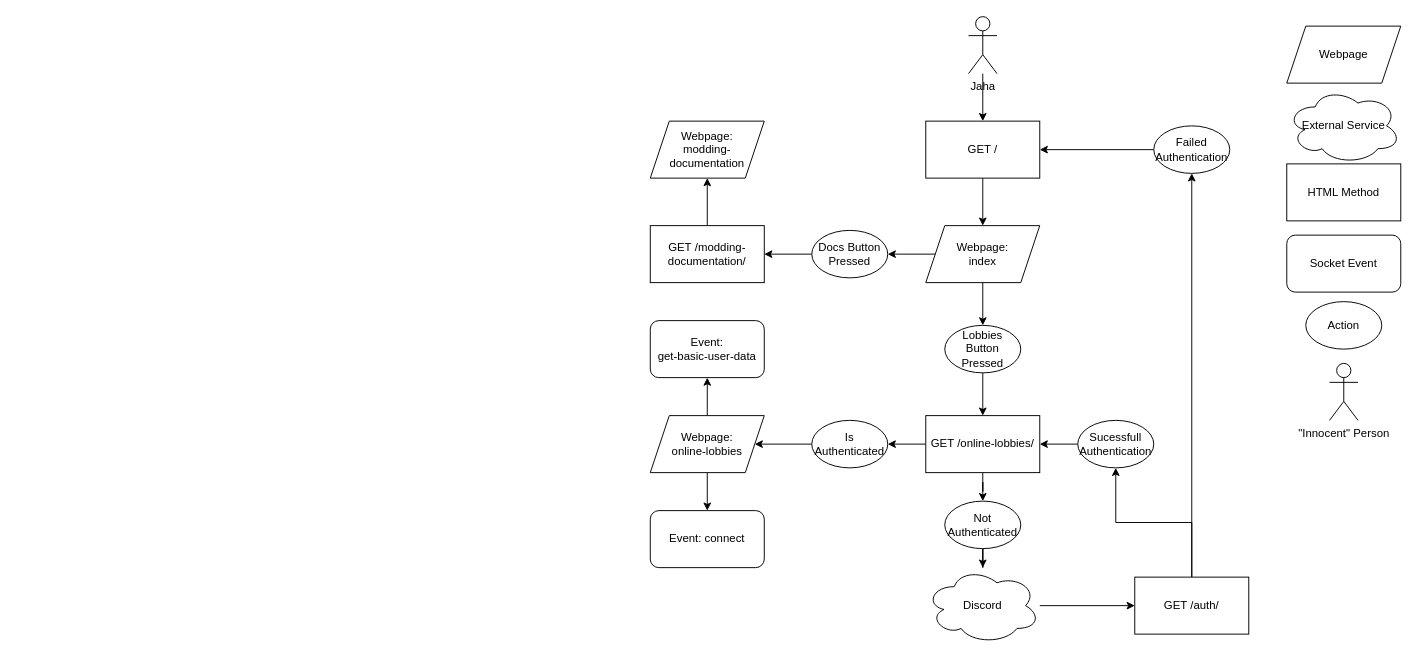
Zancmok/WebHeroes keeps this draw.io diagram as LobbyProgress.drawio. Above is the earlier version. Source tidied: cells renumbered, new cells numbered last; positions are measured from the earlier drawing's top-left corner, leaving out a move shared by most shapes. Both pictures are drawn from the tidied source at 95%, with x=0, y=0 at pixel (650, 16).
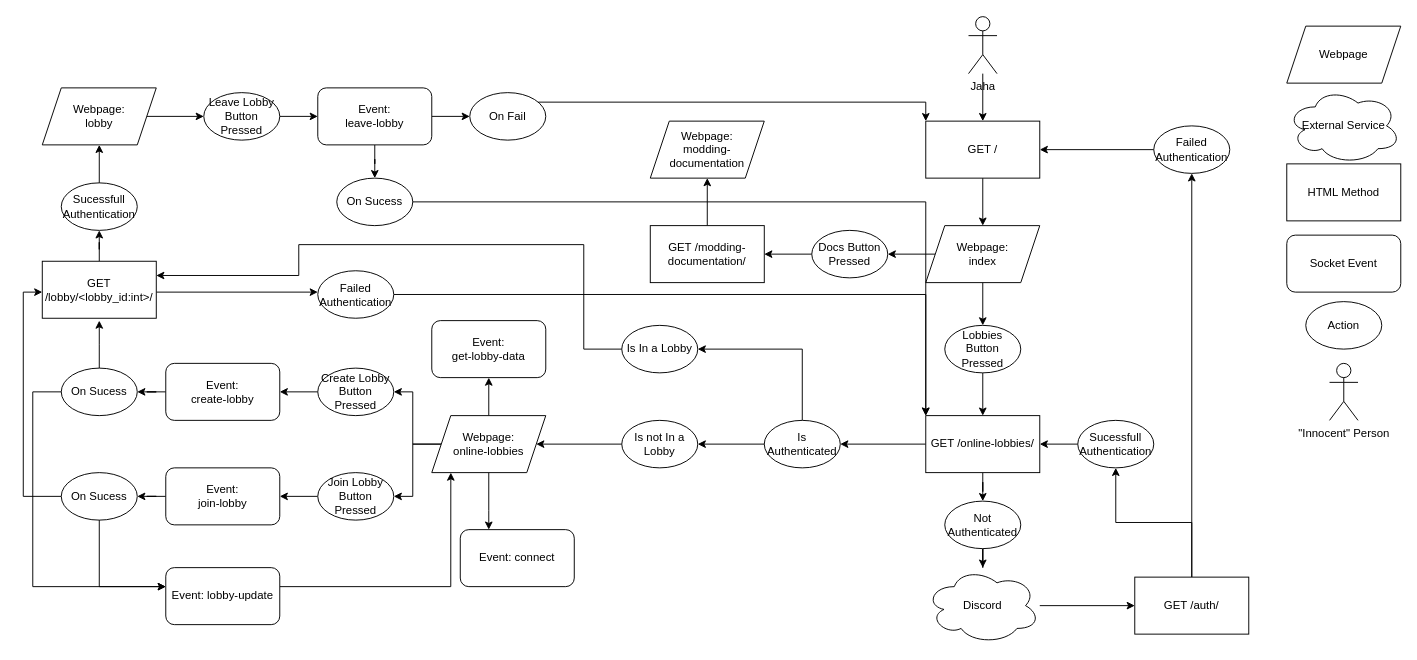
After the change.

Unchanged cells that the change refers to:
```xml
<mxCell id="4" value="GET /online-lobbies/" style="rounded=0;whiteSpace=wrap;html=1;" parent="1" vertex="1">
  <mxGeometry x="290" y="420" width="120" height="60" as="geometry" />
</mxCell>
<mxCell id="8" value="GET /" style="rounded=0;whiteSpace=wrap;html=1;" parent="1" vertex="1">
  <mxGeometry x="290" y="110" width="120" height="60" as="geometry" />
</mxCell>
```

What changed in the source:
```diff
@@
-    <mxCell id="18" style="edgeStyle=orthogonalEdgeStyle;rounded=0;jettySize=auto;html=1;" parent="1" edge="1" source="19" target="23">
-      <mxGeometry relative="1" as="geometry" />
-    </mxCell>
+    <mxCell id="43" style="edgeStyle=orthogonalEdgeStyle;rounded=0;jettySize=auto;html=1;" parent="1" edge="1" source="19" target="73">
+      <mxGeometry relative="1" as="geometry" />
+    </mxCell>
+    <mxCell id="44" style="edgeStyle=orthogonalEdgeStyle;rounded=0;jettySize=auto;html=1;entryX=1;entryY=0.5;entryDx=0;entryDy=0;" parent="1" edge="1" source="19" target="75">
+      <mxGeometry relative="1" as="geometry">
+        <Array as="points">
+          <mxPoint x="160" y="350" />
+        </Array>
+      </mxGeometry>
+    </mxCell>
     <mxCell id="19" value="Is&lt;div&gt;Authenticated&lt;/div&gt;" style="ellipse;whiteSpace=wrap;html=1;" parent="1" vertex="1">
-      <mxGeometry x="170" y="425" width="80" height="50" as="geometry" />
+      <mxGeometry x="120" y="425" width="80" height="50" as="geometry" />
     </mxCell>
     <mxCell id="20" value="Event: connect" style="rounded=1;whiteSpace=wrap;html=1;" parent="1" vertex="1">
-      <mxGeometry y="520" width="120" height="60" as="geometry" />
+      <mxGeometry x="-200" y="540" width="120" height="60" as="geometry" />
     </mxCell>
+    <mxCell id="22" style="edgeStyle=orthogonalEdgeStyle;rounded=0;jettySize=auto;html=1;" parent="1" edge="1" source="23" target="37">
+      <mxGeometry relative="1" as="geometry" />
+    </mxCell>
+    <mxCell id="45" style="edgeStyle=orthogonalEdgeStyle;rounded=0;jettySize=auto;html=1;" parent="1" edge="1" source="23" target="48">
+      <mxGeometry relative="1" as="geometry" />
+    </mxCell>
+    <mxCell id="46" style="edgeStyle=orthogonalEdgeStyle;rounded=0;jettySize=auto;html=1;" parent="1" edge="1" source="23" target="50">
+      <mxGeometry relative="1" as="geometry" />
+    </mxCell>
     <mxCell id="21" style="edgeStyle=orthogonalEdgeStyle;rounded=0;jettySize=auto;html=1;" parent="1" edge="1" source="23" target="20">
-      <mxGeometry relative="1" as="geometry" />
+      <mxGeometry relative="1" as="geometry">
+        <Array as="points">
+          <mxPoint x="-170" y="520" />
+          <mxPoint x="-170" y="520" />
+        </Array>
+      </mxGeometry>
     </mxCell>
-    <mxCell id="22" style="edgeStyle=orthogonalEdgeStyle;rounded=0;jettySize=auto;html=1;" parent="1" edge="1" source="23" target="37">
-      <mxGeometry relative="1" as="geometry" />
-    </mxCell>
     <mxCell id="23" value="Webpage:&lt;div&gt;online-lobbies&lt;/div&gt;" style="shape=parallelogram;perimeter=parallelogramPerimeter;whiteSpace=wrap;html=1;fixedSize=1;" parent="1" vertex="1">
-      <mxGeometry y="420" width="120" height="60" as="geometry" />
+      <mxGeometry x="-230" y="420" width="120" height="60" as="geometry" />
     </mxCell>
@@
-    <mxCell id="37" value="Event:&lt;div&gt;get-basic-user-data&lt;/div&gt;" style="rounded=1;whiteSpace=wrap;html=1;" parent="1" vertex="1">
-      <mxGeometry y="320" width="120" height="60" as="geometry" />
+    <mxCell id="37" value="Event:&lt;div&gt;get-lobby-data&lt;/div&gt;" style="rounded=1;whiteSpace=wrap;html=1;" parent="1" vertex="1">
+      <mxGeometry x="-230" y="320" width="120" height="60" as="geometry" />
     </mxCell>
@@
+    <mxCell id="47" style="edgeStyle=orthogonalEdgeStyle;rounded=0;jettySize=auto;html=1;" parent="1" edge="1" source="48" target="52">
+      <mxGeometry relative="1" as="geometry" />
+    </mxCell>
+    <mxCell id="48" value="Create Lobby Button&lt;div&gt;Pressed&lt;/div&gt;" style="ellipse;whiteSpace=wrap;html=1;" parent="1" vertex="1">
+      <mxGeometry x="-350" y="370" width="80" height="50" as="geometry" />
+    </mxCell>
+    <mxCell id="49" style="edgeStyle=orthogonalEdgeStyle;rounded=0;jettySize=auto;html=1;" parent="1" edge="1" source="50" target="57">
+      <mxGeometry relative="1" as="geometry" />
+    </mxCell>
+    <mxCell id="50" value="Join Lobby Button&lt;div&gt;Pressed&lt;/div&gt;" style="ellipse;whiteSpace=wrap;html=1;" parent="1" vertex="1">
+      <mxGeometry x="-350" y="480" width="80" height="50" as="geometry" />
+    </mxCell>
+    <mxCell id="51" style="edgeStyle=orthogonalEdgeStyle;rounded=0;jettySize=auto;html=1;" parent="1" edge="1" source="52" target="55">
+      <mxGeometry relative="1" as="geometry" />
+    </mxCell>
+    <mxCell id="52" value="Event:&lt;div&gt;create-lobby&lt;/div&gt;" style="rounded=1;whiteSpace=wrap;html=1;" parent="1" vertex="1">
+      <mxGeometry x="-510" y="365" width="120" height="60" as="geometry" />
+    </mxCell>
+    <mxCell id="53" style="edgeStyle=orthogonalEdgeStyle;rounded=0;jettySize=auto;html=1;entryX=0;entryY=0.5;entryDx=0;entryDy=0;" parent="1" edge="1" source="55">
+      <mxGeometry relative="1" as="geometry">
+        <mxPoint x="-510" y="600" as="targetPoint" />
+        <Array as="points">
+          <mxPoint x="-650" y="395" />
+          <mxPoint x="-650" y="600" />
+        </Array>
+      </mxGeometry>
+    </mxCell>
+    <mxCell id="54" style="edgeStyle=orthogonalEdgeStyle;rounded=0;jettySize=auto;html=1;" parent="1" edge="1" source="55">
+      <mxGeometry relative="1" as="geometry">
+        <mxPoint x="-580" y="320" as="targetPoint" />
+      </mxGeometry>
+    </mxCell>
+    <mxCell id="55" value="On Sucess" style="ellipse;whiteSpace=wrap;html=1;" parent="1" vertex="1">
+      <mxGeometry x="-620" y="370" width="80" height="50" as="geometry" />
+    </mxCell>
+    <mxCell id="56" style="edgeStyle=orthogonalEdgeStyle;rounded=0;jettySize=auto;html=1;" parent="1" edge="1" source="57" target="60">
+      <mxGeometry relative="1" as="geometry" />
+    </mxCell>
+    <mxCell id="57" value="Event:&lt;div&gt;join-lobby&lt;/div&gt;" style="rounded=1;whiteSpace=wrap;html=1;" parent="1" vertex="1">
+      <mxGeometry x="-510" y="475" width="120" height="60" as="geometry" />
+    </mxCell>
+    <mxCell id="58" style="edgeStyle=orthogonalEdgeStyle;rounded=0;jettySize=auto;html=1;entryX=0;entryY=0.5;entryDx=0;entryDy=0;" parent="1" edge="1" source="60">
+      <mxGeometry relative="1" as="geometry">
+        <mxPoint x="-510" y="600" as="targetPoint" />
+        <Array as="points">
+          <mxPoint x="-580" y="600" />
+        </Array>
+      </mxGeometry>
+    </mxCell>
+    <mxCell id="59" style="edgeStyle=orthogonalEdgeStyle;rounded=0;jettySize=auto;html=1;entryX=0;entryY=0.5;entryDx=0;entryDy=0;" parent="1" edge="1" source="60">
+      <mxGeometry relative="1" as="geometry">
+        <mxPoint x="-640" y="290" as="targetPoint" />
+        <Array as="points">
+          <mxPoint x="-660" y="505" />
+          <mxPoint x="-660" y="290" />
+        </Array>
+      </mxGeometry>
+    </mxCell>
+    <mxCell id="60" value="On Sucess" style="ellipse;whiteSpace=wrap;html=1;" parent="1" vertex="1">
+      <mxGeometry x="-620" y="480" width="80" height="50" as="geometry" />
+    </mxCell>
+    <mxCell id="61" style="edgeStyle=orthogonalEdgeStyle;rounded=0;jettySize=auto;html=1;entryX=0.167;entryY=1;entryDx=0;entryDy=0;entryPerimeter=0;" parent="1" edge="1" target="23">
+      <mxGeometry relative="1" as="geometry">
+        <mxPoint x="-390" y="600" as="sourcePoint" />
+        <Array as="points">
+          <mxPoint x="-210" y="600" />
+        </Array>
+      </mxGeometry>
+    </mxCell>
+    <mxCell id="62" value="Event: lobby-update" style="rounded=1;whiteSpace=wrap;html=1;" parent="1" vertex="1">
+      <mxGeometry x="-510" y="580" width="120" height="60" as="geometry" />
+    </mxCell>
+    <mxCell id="63" style="edgeStyle=orthogonalEdgeStyle;rounded=0;orthogonalLoop=1;jettySize=auto;html=1;entryX=0;entryY=0.5;entryDx=0;entryDy=0;" parent="1" edge="1">
+      <mxGeometry relative="1" as="geometry">
+        <mxPoint x="-520" y="290" as="sourcePoint" />
+        <mxPoint x="-350" y="290" as="targetPoint" />
+      </mxGeometry>
+    </mxCell>
+    <mxCell id="64" style="edgeStyle=orthogonalEdgeStyle;rounded=0;jettySize=auto;html=1;" parent="1" edge="1" source="65" target="69">
+      <mxGeometry relative="1" as="geometry" />
+    </mxCell>
+    <mxCell id="65" value="GET /lobby/&amp;lt;lobby_id:int&amp;gt;/" style="rounded=0;whiteSpace=wrap;html=1;" parent="1" vertex="1">
+      <mxGeometry x="-640" y="257.5" width="120" height="60" as="geometry" />
+    </mxCell>
+    <mxCell id="66" style="edgeStyle=orthogonalEdgeStyle;rounded=0;jettySize=auto;html=1;entryX=0;entryY=0;entryDx=0;entryDy=0;" parent="1" edge="1" source="67" target="4">
+      <mxGeometry relative="1" as="geometry" />
+    </mxCell>
+    <mxCell id="67" value="Failed&lt;div&gt;Authentication&lt;/div&gt;" style="ellipse;whiteSpace=wrap;html=1;" parent="1" vertex="1">
+      <mxGeometry x="-350" y="267.5" width="80" height="50" as="geometry" />
+    </mxCell>
+    <mxCell id="68" style="edgeStyle=orthogonalEdgeStyle;rounded=0;jettySize=auto;html=1;" parent="1" edge="1" source="69" target="71">
+      <mxGeometry relative="1" as="geometry" />
+    </mxCell>
+    <mxCell id="69" value="Sucessfull Authentication" style="ellipse;whiteSpace=wrap;html=1;" parent="1" vertex="1">
+      <mxGeometry x="-620" y="175" width="80" height="50" as="geometry" />
+    </mxCell>
+    <mxCell id="70" style="edgeStyle=orthogonalEdgeStyle;rounded=0;jettySize=auto;html=1;" parent="1" edge="1" source="71" target="77">
+      <mxGeometry relative="1" as="geometry" />
+    </mxCell>
+    <mxCell id="71" value="Webpage:&lt;div&gt;lobby&lt;/div&gt;" style="shape=parallelogram;perimeter=parallelogramPerimeter;whiteSpace=wrap;html=1;fixedSize=1;" parent="1" vertex="1">
+      <mxGeometry x="-640" y="75" width="120" height="60" as="geometry" />
+    </mxCell>
+    <mxCell id="72" style="edgeStyle=orthogonalEdgeStyle;rounded=0;jettySize=auto;html=1;" parent="1" edge="1" source="73" target="23">
+      <mxGeometry relative="1" as="geometry" />
+    </mxCell>
+    <mxCell id="73" value="Is not In a Lobby" style="ellipse;whiteSpace=wrap;html=1;" parent="1" vertex="1">
+      <mxGeometry x="-30" y="425" width="80" height="50" as="geometry" />
+    </mxCell>
+    <mxCell id="74" style="edgeStyle=orthogonalEdgeStyle;rounded=0;jettySize=auto;html=1;entryX=1;entryY=0.25;entryDx=0;entryDy=0;" parent="1" edge="1" source="75" target="65">
+      <mxGeometry relative="1" as="geometry">
+        <Array as="points">
+          <mxPoint x="-70" y="350" />
+          <mxPoint x="-70" y="240" />
+          <mxPoint x="-370" y="240" />
+          <mxPoint x="-370" y="273" />
+        </Array>
+      </mxGeometry>
+    </mxCell>
+    <mxCell id="75" value="Is In a Lobby" style="ellipse;whiteSpace=wrap;html=1;" parent="1" vertex="1">
+      <mxGeometry x="-30" y="325" width="80" height="50" as="geometry" />
+    </mxCell>
+    <mxCell id="76" style="edgeStyle=orthogonalEdgeStyle;rounded=0;jettySize=auto;html=1;" parent="1" edge="1" source="77" target="80">
+      <mxGeometry relative="1" as="geometry" />
+    </mxCell>
+    <mxCell id="77" value="Leave Lobby Button Pressed" style="ellipse;whiteSpace=wrap;html=1;" parent="1" vertex="1">
+      <mxGeometry x="-470" y="80" width="80" height="50" as="geometry" />
+    </mxCell>
+    <mxCell id="78" style="edgeStyle=orthogonalEdgeStyle;rounded=0;jettySize=auto;html=1;" parent="1" edge="1" source="80" target="82">
+      <mxGeometry relative="1" as="geometry" />
+    </mxCell>
+    <mxCell id="79" style="edgeStyle=orthogonalEdgeStyle;rounded=0;jettySize=auto;html=1;" parent="1" edge="1" source="80" target="84">
+      <mxGeometry relative="1" as="geometry" />
+    </mxCell>
+    <mxCell id="80" value="Event:&lt;div&gt;leave-lobby&lt;/div&gt;" style="rounded=1;whiteSpace=wrap;html=1;" parent="1" vertex="1">
+      <mxGeometry x="-350" y="75" width="120" height="60" as="geometry" />
+    </mxCell>
+    <mxCell id="81" style="edgeStyle=orthogonalEdgeStyle;rounded=0;jettySize=auto;html=1;entryX=0;entryY=0;entryDx=0;entryDy=0;" parent="1" edge="1" source="82" target="4">
+      <mxGeometry relative="1" as="geometry" />
+    </mxCell>
+    <mxCell id="82" value="On Sucess" style="ellipse;whiteSpace=wrap;html=1;" parent="1" vertex="1">
+      <mxGeometry x="-330" y="170" width="80" height="50" as="geometry" />
+    </mxCell>
+    <mxCell id="83" style="edgeStyle=orthogonalEdgeStyle;rounded=0;jettySize=auto;html=1;entryX=0;entryY=0;entryDx=0;entryDy=0;" parent="1" edge="1" source="84" target="8">
+      <mxGeometry relative="1" as="geometry">
+        <Array as="points">
+          <mxPoint x="290" y="90" />
+        </Array>
+      </mxGeometry>
+    </mxCell>
+    <mxCell id="84" value="On Fail" style="ellipse;whiteSpace=wrap;html=1;" parent="1" vertex="1">
+      <mxGeometry x="-190" y="80" width="80" height="50" as="geometry" />
+    </mxCell>
```
